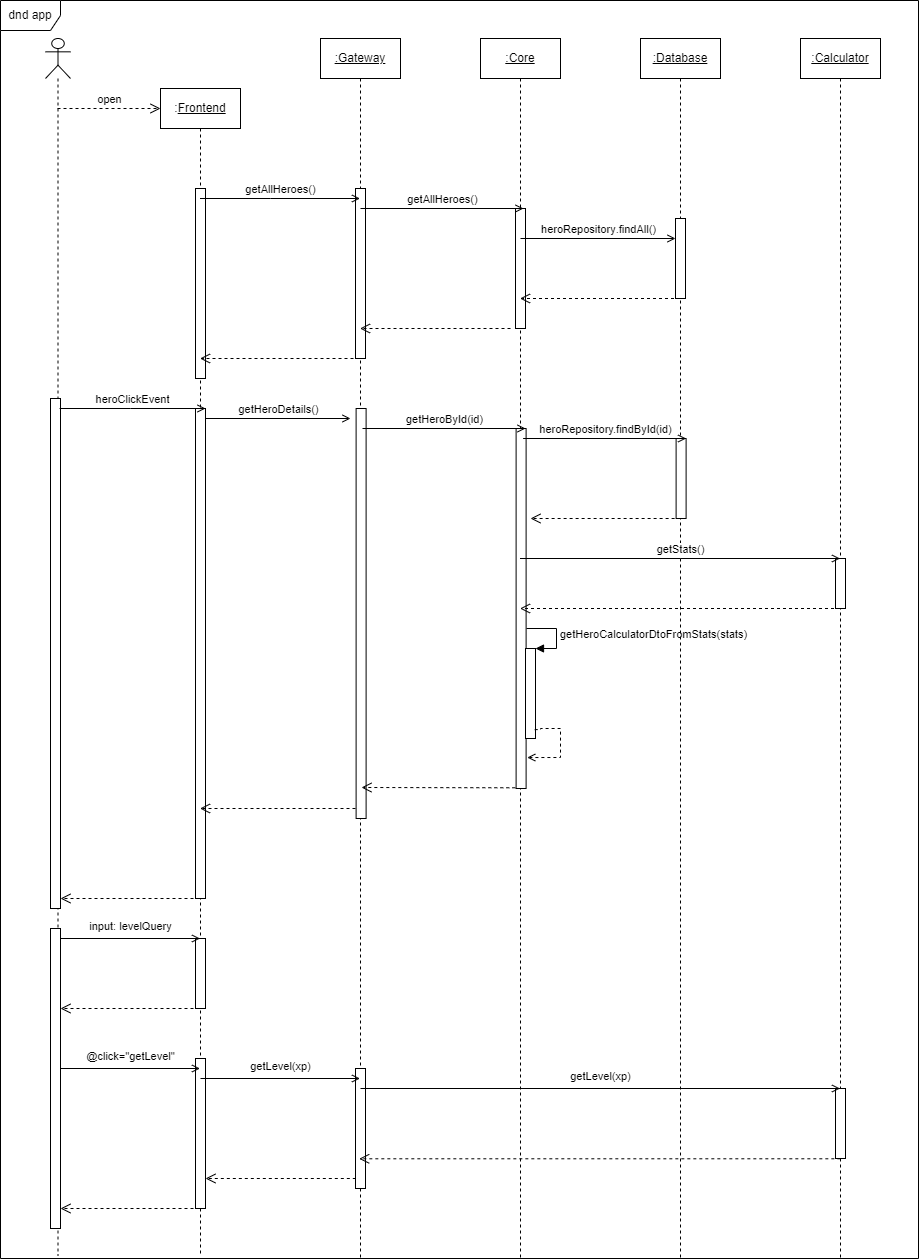
Earlier version of the draw.io export Documents/FlowChart.png (f-unre4l/DungeonsAndDatabases_Core). Source tidied: cells renumbered, new cells last; positions are measured from the earlier drawing's top-left corner, leaving out a move shared by most shapes.
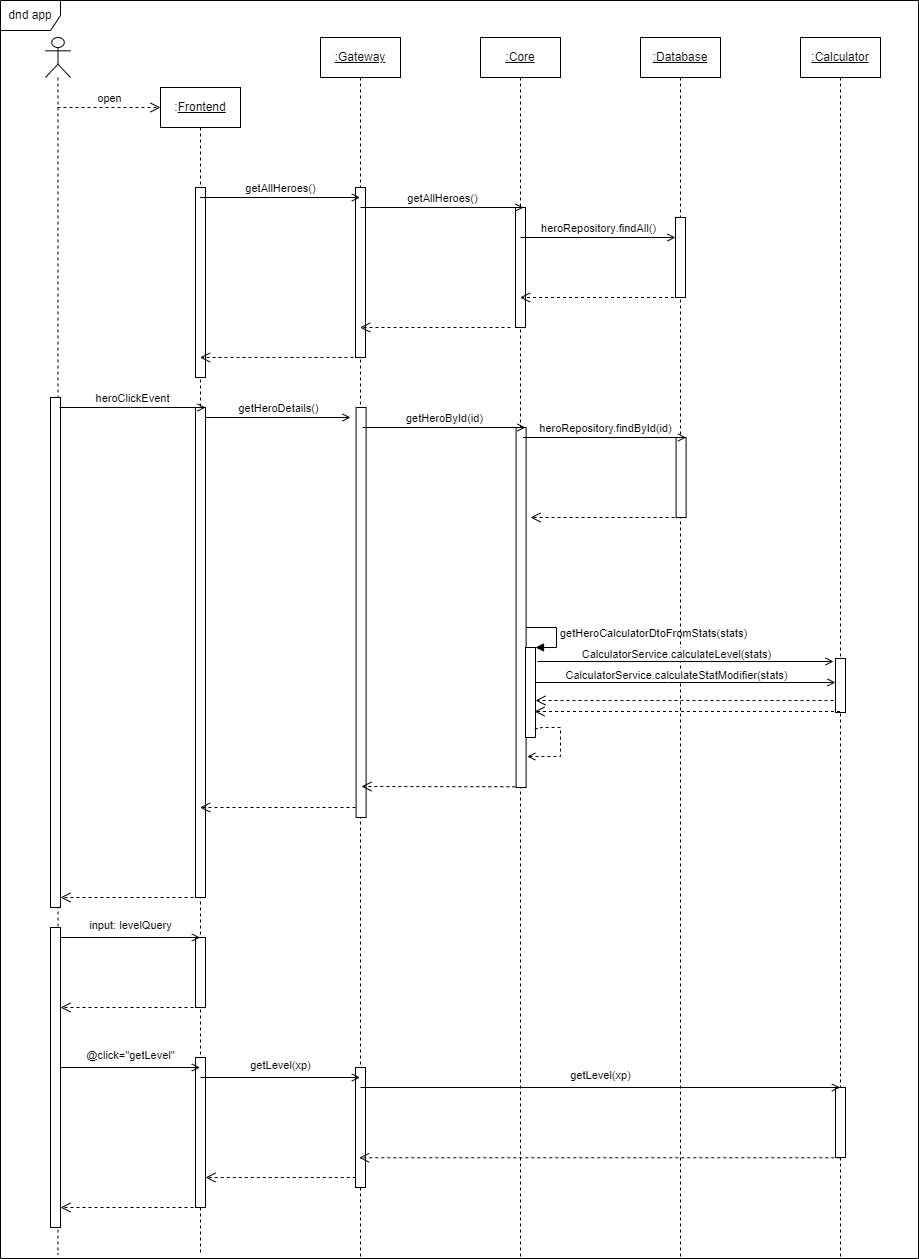
The same diagram one commit later.

Diff of the diagram source:
```diff
@@ -177,23 +177,26 @@
       <mxGeometry x="800" y="38" width="80" height="1221" as="geometry" />
     </mxCell>
     <mxCell id="39" style="html=1;perimeter=orthogonalPerimeter;" parent="38" vertex="1">
-      <mxGeometry x="35" y="520" width="10" height="50" as="geometry" />
+      <mxGeometry x="35" y="621" width="10" height="54" as="geometry" />
     </mxCell>
     <mxCell id="40" style="html=1;perimeter=orthogonalPerimeter;" parent="38" vertex="1">
       <mxGeometry x="35" y="1050" width="10" height="70" as="geometry" />
     </mxCell>
-    <mxCell id="41" value="getStats()" style="html=1;verticalAlign=bottom;startArrow=none;endArrow=open;startSize=8;rounded=0;endFill=0;startFill=0;" parent="1" edge="1" source="21" target="38">
-      <mxGeometry relative="1" as="geometry">
+    <mxCell id="41" value="CalculatorService.calculateLevel(stats)" style="html=1;verticalAlign=bottom;startArrow=none;endArrow=open;startSize=8;rounded=0;endFill=0;startFill=0;" parent="1" edge="1">
+      <mxGeometry x="-0.06" y="-2" relative="1" as="geometry">
+        <mxPoint x="537" y="662" as="sourcePoint" />
+        <mxPoint x="833" y="662" as="targetPoint" />
         <Array as="points">
-          <mxPoint x="680" y="558" />
+          <mxPoint x="669" y="662" />
         </Array>
       </mxGeometry>
     </mxCell>
-    <mxCell id="42" style="html=1;verticalAlign=bottom;endArrow=open;dashed=1;endSize=8;rounded=0;" parent="1" edge="1" source="38" target="21">
+    <mxCell id="42" style="html=1;verticalAlign=bottom;endArrow=open;dashed=1;endSize=8;rounded=0;" parent="1" edge="1" source="38">
       <mxGeometry relative="1" as="geometry">
+        <mxPoint x="534" y="712" as="targetPoint" />
         <Array as="points">
-          <mxPoint x="770" y="608" />
-          <mxPoint x="680" y="608" />
+          <mxPoint x="775" y="712" />
+          <mxPoint x="680" y="712" />
         </Array>
       </mxGeometry>
     </mxCell>
@@ -251,7 +254,26 @@
       </mxGeometry>
     </mxCell>
     <mxCell id="51" value="dnd app" style="shape=umlFrame;whiteSpace=wrap;html=1;gradientColor=none;swimlaneFillColor=none;" parent="1" vertex="1">
-      <mxGeometry width="918" height="1258" as="geometry" />
+      <mxGeometry y="1" width="918" height="1258" as="geometry" />
     </mxCell>
+    <mxCell id="52" value="CalculatorService.calculateStatModifier(stats)" style="html=1;verticalAlign=bottom;startArrow=none;endArrow=open;startSize=8;rounded=0;endFill=0;startFill=0;" parent="1" edge="1">
+      <mxGeometry x="-0.06" y="-2" relative="1" as="geometry">
+        <mxPoint x="535" y="683" as="sourcePoint" />
+        <mxPoint x="835" y="683" as="targetPoint" />
+        <Array as="points">
+          <mxPoint x="667" y="683" />
+        </Array>
+      </mxGeometry>
+    </mxCell>
+    <mxCell id="53" style="html=1;verticalAlign=bottom;endArrow=open;dashed=1;endSize=8;rounded=0;" parent="1" edge="1">
+      <mxGeometry relative="1" as="geometry">
+        <mxPoint x="833" y="701" as="sourcePoint" />
+        <mxPoint x="535" y="701" as="targetPoint" />
+        <Array as="points">
+          <mxPoint x="776" y="701" />
+          <mxPoint x="681" y="701" />
+        </Array>
+      </mxGeometry>
+    </mxCell>
   </root>
 </mxGraphModel>
```
